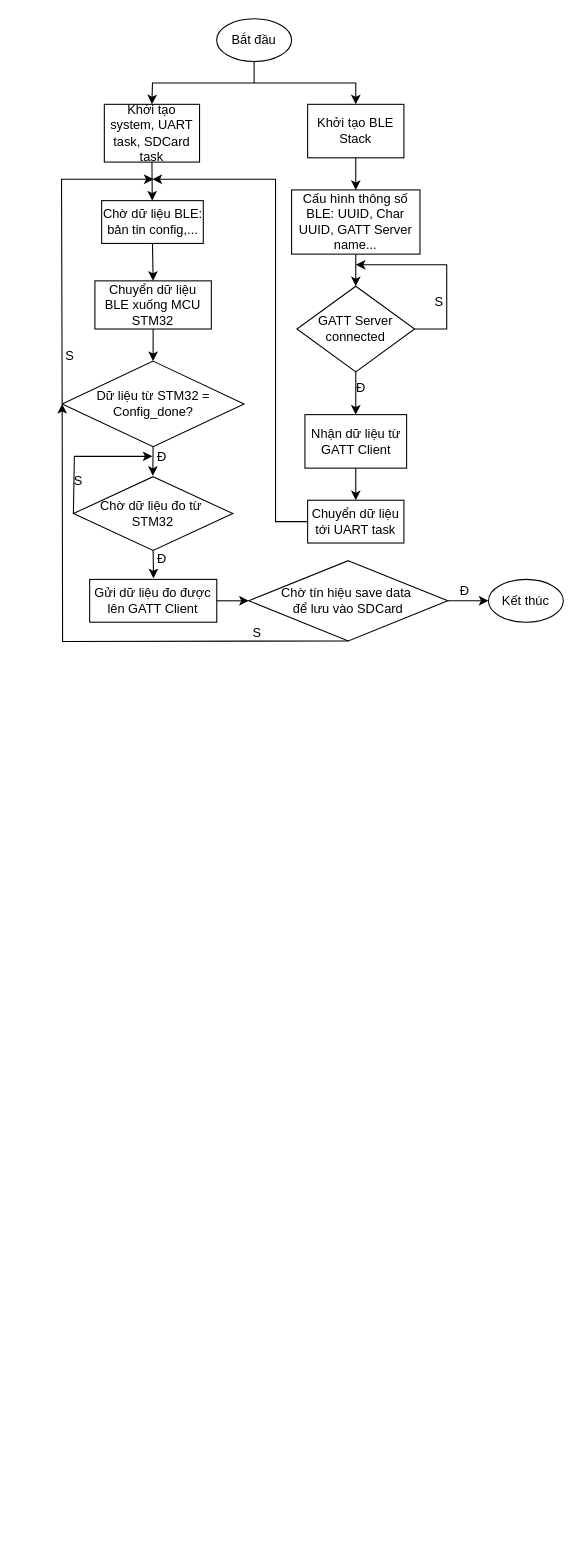
Before: Lưu đồ thuật toán ESP32.drawio in truongbui692002/DATN_20232, a draw.io diagram. Source tidied: cells renumbered, new cells numbered last; positions are measured from the earlier drawing's top-left corner, leaving out a move shared by most shapes. Both pictures are drawn from the tidied source at 107%, with x=0, y=0 at pixel (37, 18).
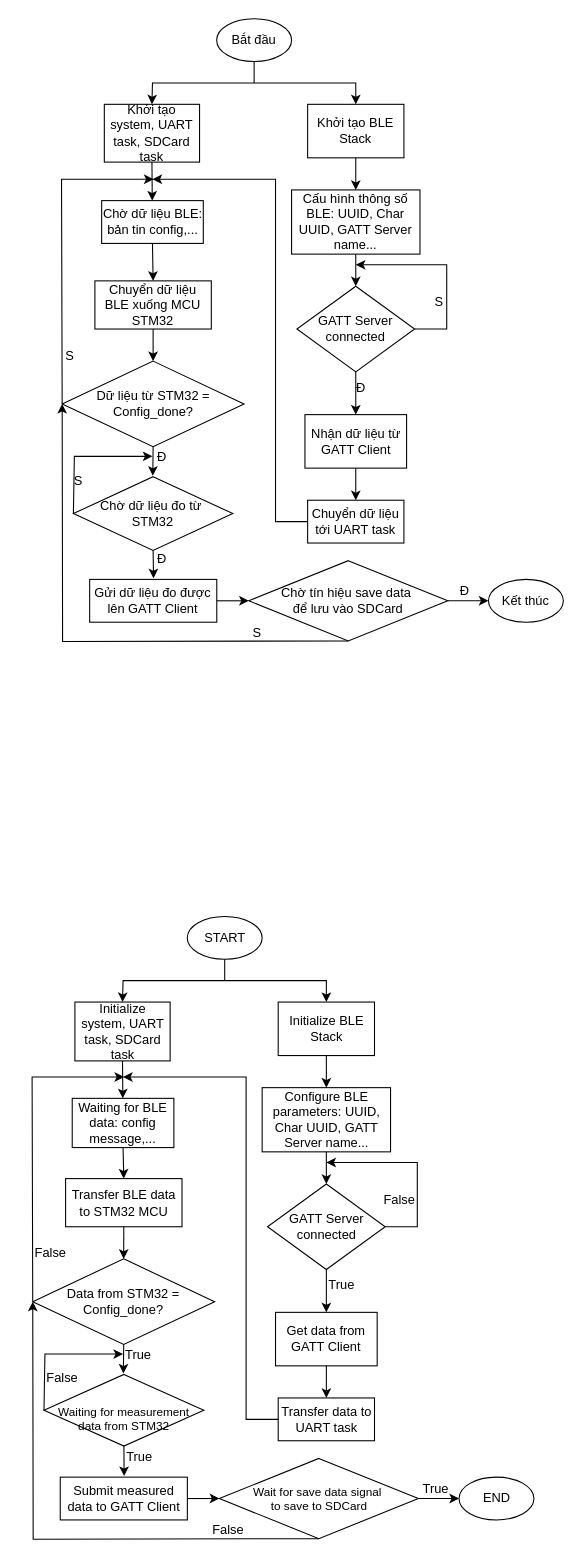
The same page after the edit.

Commit message:
Cập nhật Lưu đồ thuật toán ESP32.drawio

What changed in the source:
```diff
@@
+    <mxCell id="43" value="START" style="ellipse;whiteSpace=wrap;html=1;" parent="1" vertex="1">
+      <mxGeometry x="139.5" y="839" width="70" height="40" as="geometry" />
+    </mxCell>
+    <mxCell id="44" value="Initialize BLE Stack" style="rounded=0;whiteSpace=wrap;html=1;" parent="1" vertex="1">
+      <mxGeometry x="224.5" y="919" width="90" height="50" as="geometry" />
+    </mxCell>
+    <mxCell id="45" value="Initialize system, UART task, SDCard task" style="rounded=0;whiteSpace=wrap;html=1;" parent="1" vertex="1">
+      <mxGeometry x="34.5" y="919" width="89" height="55" as="geometry" />
+    </mxCell>
+    <mxCell id="46" value="Configure BLE parameters: UUID, Char UUID, GATT Server name..." style="rounded=0;whiteSpace=wrap;html=1;" parent="1" vertex="1">
+      <mxGeometry x="209.5" y="999" width="120" height="60" as="geometry" />
+    </mxCell>
+    <mxCell id="47" value="GATT Server connected" style="rhombus;whiteSpace=wrap;html=1;" parent="1" vertex="1">
+      <mxGeometry x="214.5" y="1089" width="110" height="80" as="geometry" />
+    </mxCell>
+    <mxCell id="48" style="endArrow=classic;html=1;rounded=0;exitX=0.5;exitY=1;exitDx=0;exitDy=0;" parent="1" edge="1" source="44" target="46">
+      <mxGeometry relative="1" as="geometry" />
+    </mxCell>
+    <mxCell id="49" style="endArrow=classic;html=1;rounded=0;exitX=0.5;exitY=1;exitDx=0;exitDy=0;entryX=0.5;entryY=0;entryDx=0;entryDy=0;" parent="1" edge="1" source="46" target="47">
+      <mxGeometry relative="1" as="geometry" />
+    </mxCell>
+    <mxCell id="50" value="Get data from GATT Client" style="rounded=0;whiteSpace=wrap;html=1;" parent="1" vertex="1">
+      <mxGeometry x="222" y="1209" width="95" height="50" as="geometry" />
+    </mxCell>
+    <mxCell id="51" style="endArrow=classic;html=1;rounded=0;exitX=0.5;exitY=1;exitDx=0;exitDy=0;entryX=0.5;entryY=0;entryDx=0;entryDy=0;" parent="1" edge="1" source="47" target="50">
+      <mxGeometry relative="1" as="geometry" />
+    </mxCell>
+    <mxCell id="52" style="endArrow=classic;html=1;rounded=0;exitX=1;exitY=0.5;exitDx=0;exitDy=0;" parent="1" edge="1" source="47">
+      <mxGeometry relative="1" as="geometry">
+        <mxPoint x="269.5" y="1069" as="targetPoint" />
+        <Array as="points">
+          <mxPoint x="354.5" y="1129" />
+          <mxPoint x="354.5" y="1069" />
+        </Array>
+      </mxGeometry>
+    </mxCell>
+    <mxCell id="53" value="False" style="text;html=1;align=center;verticalAlign=middle;whiteSpace=wrap;rounded=0;" parent="1" vertex="1">
+      <mxGeometry x="308" y="1089" width="60" height="30" as="geometry" />
+    </mxCell>
+    <mxCell id="54" value="True" style="text;html=1;align=center;verticalAlign=middle;whiteSpace=wrap;rounded=0;" parent="1" vertex="1">
+      <mxGeometry x="253.5" y="1169" width="60" height="30" as="geometry" />
+    </mxCell>
+    <mxCell id="55" value="Transfer data to UART task" style="rounded=0;whiteSpace=wrap;html=1;" parent="1" vertex="1">
+      <mxGeometry x="224.5" y="1289" width="90" height="40" as="geometry" />
+    </mxCell>
+    <mxCell id="56" style="endArrow=classic;html=1;rounded=0;exitX=0.5;exitY=1;exitDx=0;exitDy=0;entryX=0.5;entryY=0;entryDx=0;entryDy=0;" parent="1" edge="1" source="50" target="55">
+      <mxGeometry relative="1" as="geometry" />
+    </mxCell>
+    <mxCell id="57" value="Waiting for BLE data: config message,..." style="rounded=0;whiteSpace=wrap;html=1;" parent="1" vertex="1">
+      <mxGeometry x="32" y="1009" width="95" height="46" as="geometry" />
+    </mxCell>
+    <mxCell id="58" style="endArrow=classic;html=1;rounded=0;exitX=0.5;exitY=1;exitDx=0;exitDy=0;" parent="1" edge="1" source="45" target="57">
+      <mxGeometry relative="1" as="geometry" />
+    </mxCell>
+    <mxCell id="59" style="endArrow=classic;html=1;rounded=0;" parent="1" edge="1">
+      <mxGeometry relative="1" as="geometry">
+        <mxPoint x="224.5" y="1309" as="sourcePoint" />
+        <mxPoint x="79.5" y="989" as="targetPoint" />
+        <Array as="points">
+          <mxPoint x="194.5" y="1309" />
+          <mxPoint x="194.5" y="989" />
+        </Array>
+      </mxGeometry>
+    </mxCell>
+    <mxCell id="60" style="endArrow=none;html=1;rounded=0;entryX=0.5;entryY=1;entryDx=0;entryDy=0;" parent="1" edge="1" target="43">
+      <mxGeometry relative="1" as="geometry">
+        <mxPoint x="174.5" y="899" as="sourcePoint" />
+      </mxGeometry>
+    </mxCell>
+    <mxCell id="61" style="endArrow=classic;html=1;rounded=0;entryX=0.5;entryY=0;entryDx=0;entryDy=0;" parent="1" edge="1" target="44">
+      <mxGeometry relative="1" as="geometry">
+        <mxPoint x="174.5" y="899" as="sourcePoint" />
+        <Array as="points">
+          <mxPoint x="269.5" y="899" />
+        </Array>
+      </mxGeometry>
+    </mxCell>
+    <mxCell id="62" style="endArrow=classic;html=1;rounded=0;entryX=0.5;entryY=0;entryDx=0;entryDy=0;" parent="1" edge="1" target="45">
+      <mxGeometry relative="1" as="geometry">
+        <mxPoint x="174.5" y="899" as="sourcePoint" />
+        <Array as="points">
+          <mxPoint x="79.5" y="899" />
+        </Array>
+      </mxGeometry>
+    </mxCell>
+    <mxCell id="63" value="Transfer BLE data to STM32 MCU" style="rounded=0;whiteSpace=wrap;html=1;" parent="1" vertex="1">
+      <mxGeometry x="25.8" y="1084" width="108.8" height="45" as="geometry" />
+    </mxCell>
+    <mxCell id="64" style="endArrow=classic;html=1;rounded=0;exitX=0.5;exitY=1;exitDx=0;exitDy=0;entryX=0.5;entryY=0;entryDx=0;entryDy=0;" parent="1" edge="1" source="57" target="63">
+      <mxGeometry relative="1" as="geometry" />
+    </mxCell>
+    <mxCell id="65" value="Data from STM32 = Config_done?" style="rhombus;whiteSpace=wrap;html=1;" parent="1" vertex="1">
+      <mxGeometry x="-4.9" y="1159" width="170" height="80" as="geometry" />
+    </mxCell>
+    <mxCell id="66" style="endArrow=classic;html=1;rounded=0;exitX=0;exitY=0.5;exitDx=0;exitDy=0;" parent="1" edge="1" source="65">
+      <mxGeometry relative="1" as="geometry">
+        <mxPoint x="80.5" y="989" as="targetPoint" />
+        <Array as="points">
+          <mxPoint x="-5.5" y="989" />
+        </Array>
+      </mxGeometry>
+    </mxCell>
+    <mxCell id="67" value="False" style="text;html=1;align=center;verticalAlign=middle;whiteSpace=wrap;rounded=0;" parent="1" vertex="1">
+      <mxGeometry x="-18" y="1139" width="60" height="30" as="geometry" />
+    </mxCell>
+    <mxCell id="68" value="Submit measured data to GATT Client" style="rounded=0;whiteSpace=wrap;html=1;" parent="1" vertex="1">
+      <mxGeometry x="20.8" y="1363" width="118.8" height="40" as="geometry" />
+    </mxCell>
+    <mxCell id="69" style="endArrow=classic;html=1;rounded=0;exitX=0.5;exitY=1;exitDx=0;exitDy=0;entryX=0.372;entryY=0.939;entryDx=0;entryDy=0;entryPerimeter=0;" parent="1" edge="1" source="65">
+      <mxGeometry relative="1" as="geometry">
+        <mxPoint x="79.8" y="1266.2" as="targetPoint" />
+      </mxGeometry>
+    </mxCell>
+    <mxCell id="70" value="END" style="ellipse;whiteSpace=wrap;html=1;" parent="1" vertex="1">
+      <mxGeometry x="393.5" y="1363" width="70" height="40" as="geometry" />
+    </mxCell>
+    <mxCell id="71" style="endArrow=classic;html=1;rounded=0;exitX=1;exitY=0.5;exitDx=0;exitDy=0;entryX=0;entryY=0.5;entryDx=0;entryDy=0;" parent="1" edge="1" source="79" target="70">
+      <mxGeometry relative="1" as="geometry" />
+    </mxCell>
+    <mxCell id="72" style="endArrow=classic;html=1;rounded=0;entryX=0.5;entryY=0;entryDx=0;entryDy=0;exitX=0.5;exitY=1;exitDx=0;exitDy=0;" parent="1" edge="1" source="63" target="65">
+      <mxGeometry relative="1" as="geometry" />
+    </mxCell>
+    <mxCell id="73" value="&lt;div&gt;&lt;span style=&quot;font-size: 11px; background-color: initial;&quot;&gt;&lt;br&gt;&lt;/span&gt;&lt;/div&gt;&lt;span style=&quot;font-size: 11px; background-color: initial;&quot;&gt;Waiting for measurement&lt;/span&gt;&lt;div&gt;&lt;div style=&quot;font-size: 11px;&quot;&gt;&lt;font style=&quot;font-size: 11px;&quot;&gt;data from STM32&lt;/font&gt;&lt;/div&gt;&lt;/div&gt;" style="rhombus;whiteSpace=wrap;html=1;" parent="1" vertex="1">
+      <mxGeometry x="5.6" y="1267" width="149.4" height="67" as="geometry" />
+    </mxCell>
+    <mxCell id="74" style="endArrow=classic;html=1;rounded=0;exitX=0.5;exitY=1;exitDx=0;exitDy=0;" parent="1" edge="1" source="73">
+      <mxGeometry relative="1" as="geometry">
+        <mxPoint x="80.5" y="1362" as="targetPoint" />
+      </mxGeometry>
+    </mxCell>
+    <mxCell id="75" value="True" style="text;html=1;align=center;verticalAlign=middle;whiteSpace=wrap;rounded=0;" parent="1" vertex="1">
+      <mxGeometry x="63.5" y="1234" width="60" height="30" as="geometry" />
+    </mxCell>
+    <mxCell id="76" value="True" style="text;html=1;align=center;verticalAlign=middle;whiteSpace=wrap;rounded=0;" parent="1" vertex="1">
+      <mxGeometry x="64.5" y="1329" width="60" height="30" as="geometry" />
+    </mxCell>
+    <mxCell id="77" style="endArrow=classic;html=1;rounded=0;exitX=0;exitY=0.5;exitDx=0;exitDy=0;" parent="1" edge="1" source="73">
+      <mxGeometry relative="1" as="geometry">
+        <mxPoint x="79.5" y="1248" as="targetPoint" />
+        <Array as="points">
+          <mxPoint x="6.5" y="1248" />
+        </Array>
+      </mxGeometry>
+    </mxCell>
+    <mxCell id="78" value="False" style="text;html=1;align=center;verticalAlign=middle;whiteSpace=wrap;rounded=0;" parent="1" vertex="1">
+      <mxGeometry x="-7.5" y="1256" width="60" height="30" as="geometry" />
+    </mxCell>
+    <mxCell id="79" value="&lt;font style=&quot;font-size: 11px;&quot;&gt;Wait for save data signal&amp;nbsp;&lt;/font&gt;&lt;div style=&quot;font-size: 11px;&quot;&gt;&lt;font style=&quot;font-size: 11px;&quot;&gt;to&amp;nbsp;&lt;span style=&quot;background-color: initial;&quot;&gt;save to SDCard&lt;/span&gt;&lt;/font&gt;&lt;/div&gt;" style="rhombus;whiteSpace=wrap;html=1;" parent="1" vertex="1">
+      <mxGeometry x="169.5" y="1345.5" width="186" height="75" as="geometry" />
+    </mxCell>
+    <mxCell id="80" style="endArrow=classic;html=1;rounded=0;exitX=1;exitY=0.5;exitDx=0;exitDy=0;entryX=0;entryY=0.5;entryDx=0;entryDy=0;" parent="1" edge="1" source="68" target="79">
+      <mxGeometry relative="1" as="geometry" />
+    </mxCell>
+    <mxCell id="81" value="True" style="text;html=1;align=center;verticalAlign=middle;whiteSpace=wrap;rounded=0;" parent="1" vertex="1">
+      <mxGeometry x="341.5" y="1359" width="60" height="30" as="geometry" />
+    </mxCell>
+    <mxCell id="82" style="endArrow=classic;html=1;rounded=0;exitX=0.5;exitY=1;exitDx=0;exitDy=0;entryX=0;entryY=0.5;entryDx=0;entryDy=0;" parent="1" edge="1" source="79" target="65">
+      <mxGeometry relative="1" as="geometry">
+        <Array as="points">
+          <mxPoint x="-4.5" y="1421" />
+        </Array>
+      </mxGeometry>
+    </mxCell>
+    <mxCell id="83" value="False" style="text;html=1;align=center;verticalAlign=middle;whiteSpace=wrap;rounded=0;" parent="1" vertex="1">
+      <mxGeometry x="147.5" y="1398" width="60" height="30" as="geometry" />
+    </mxCell>
```
